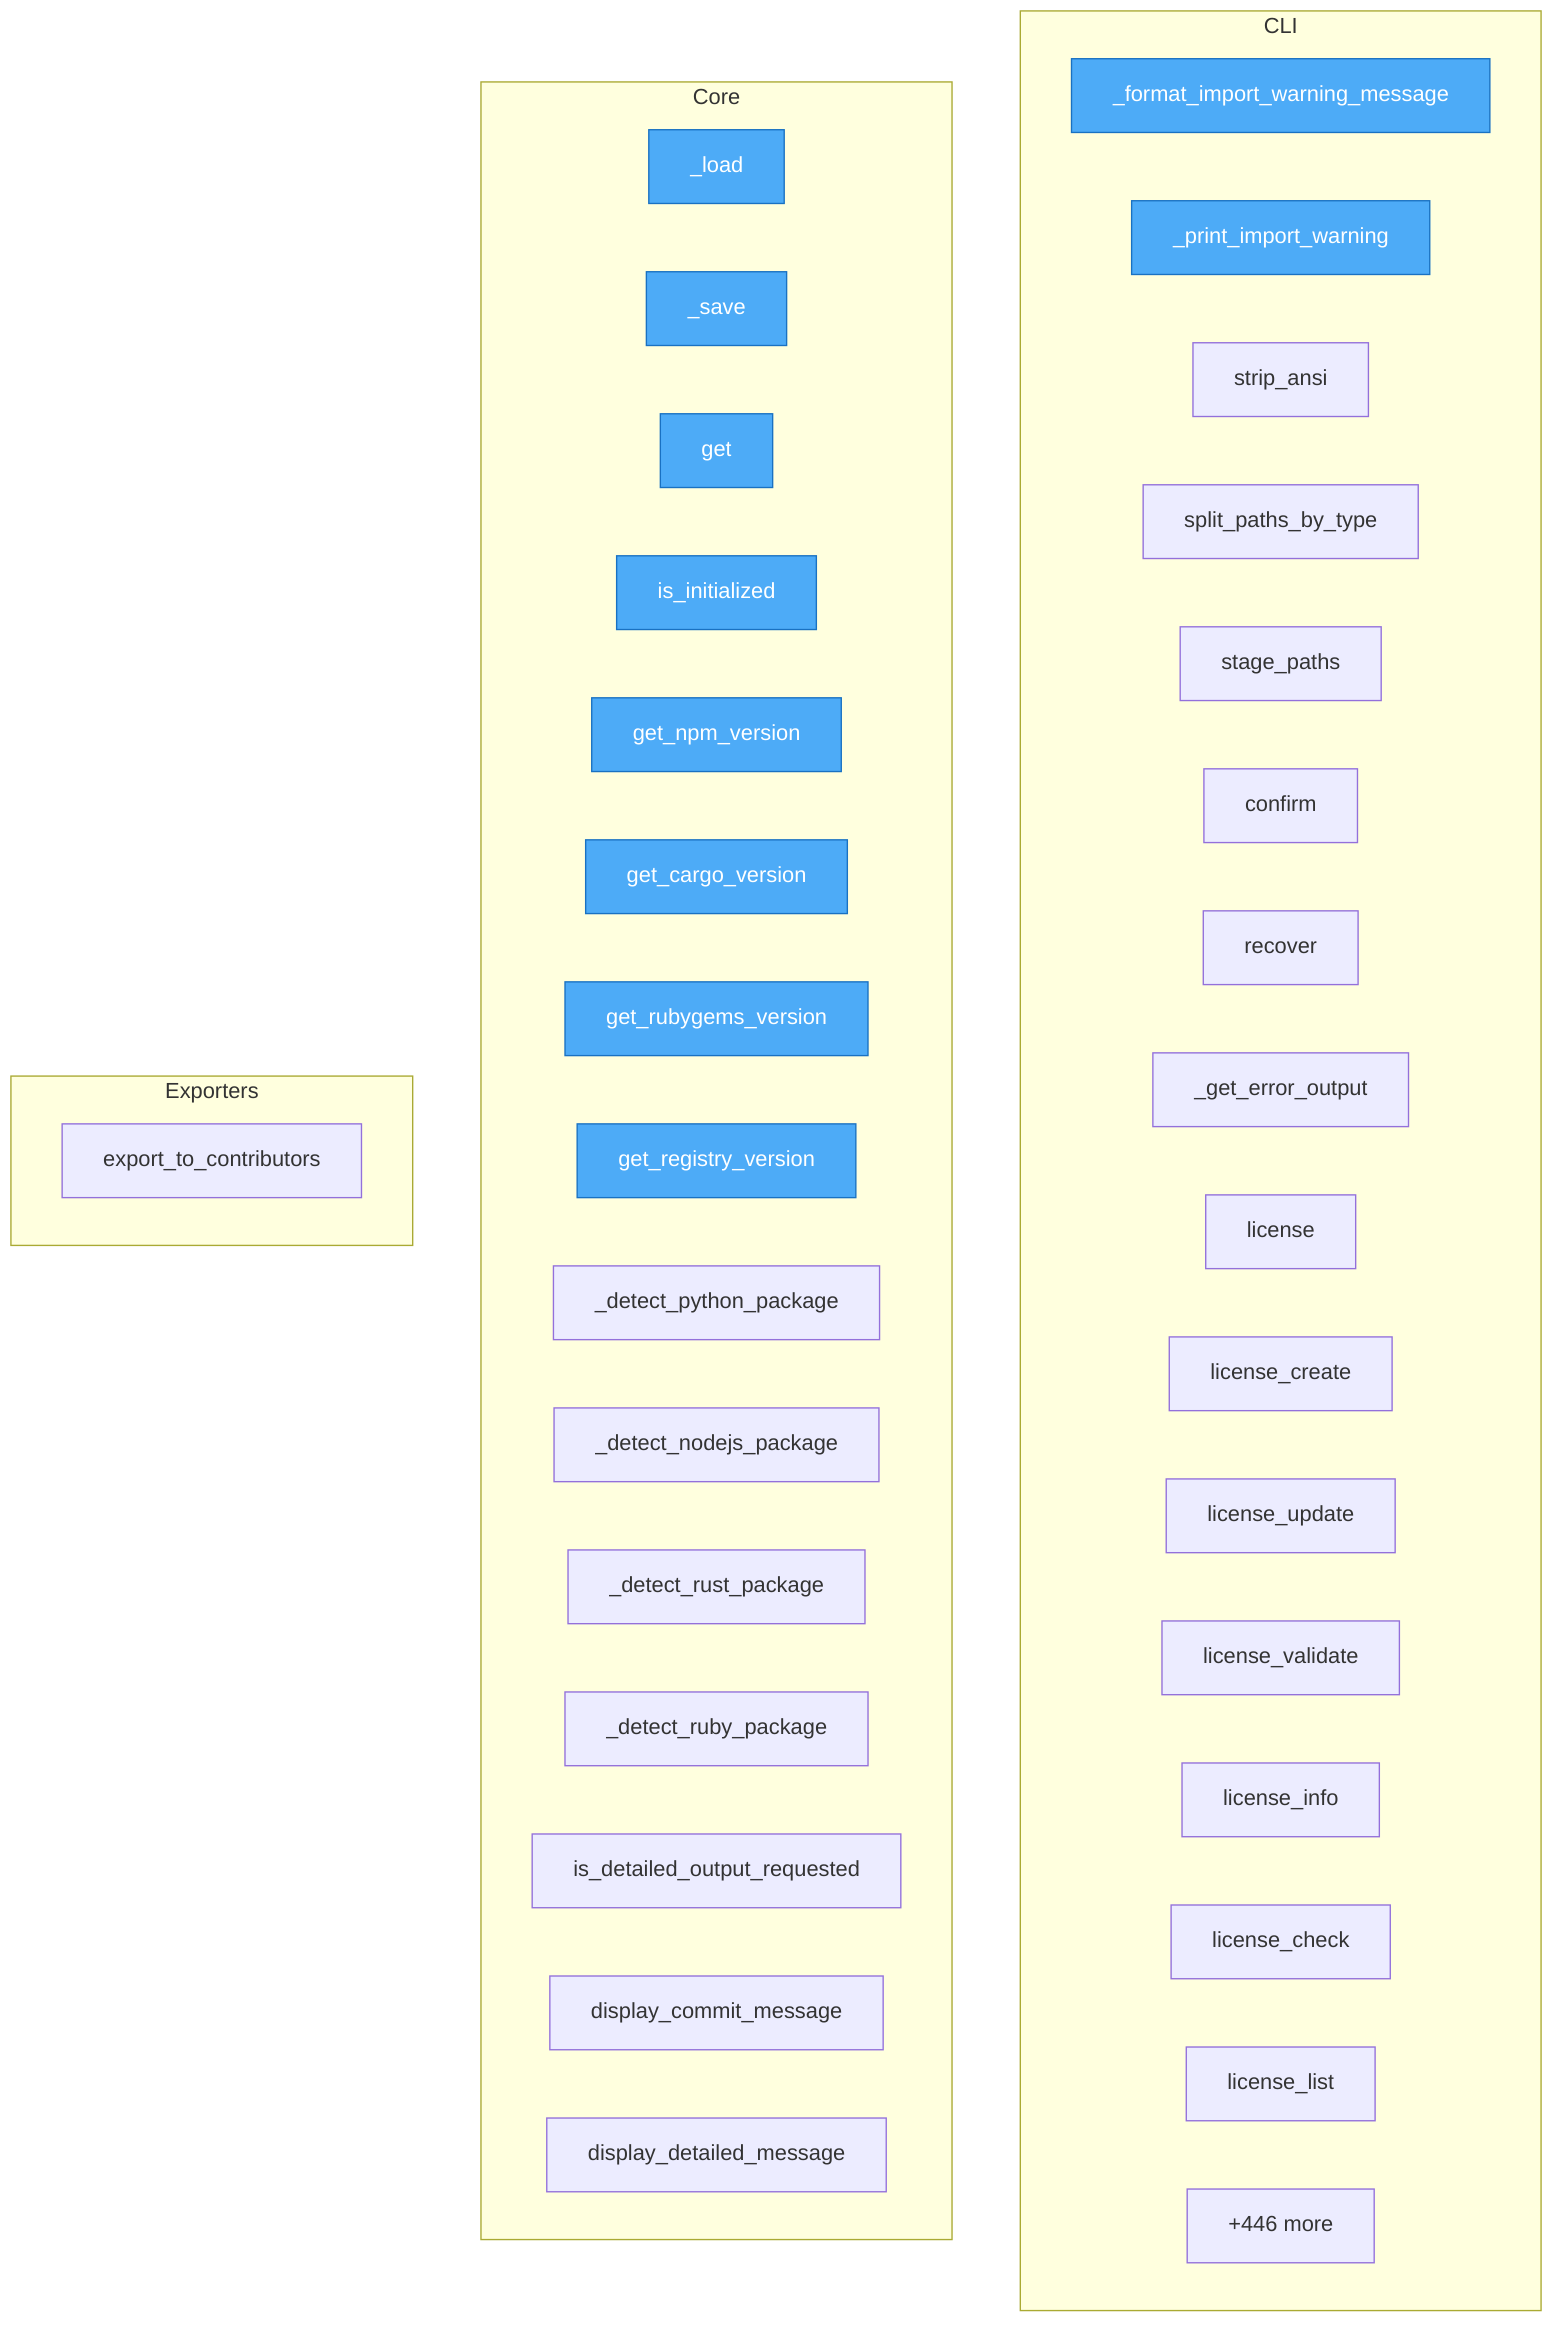
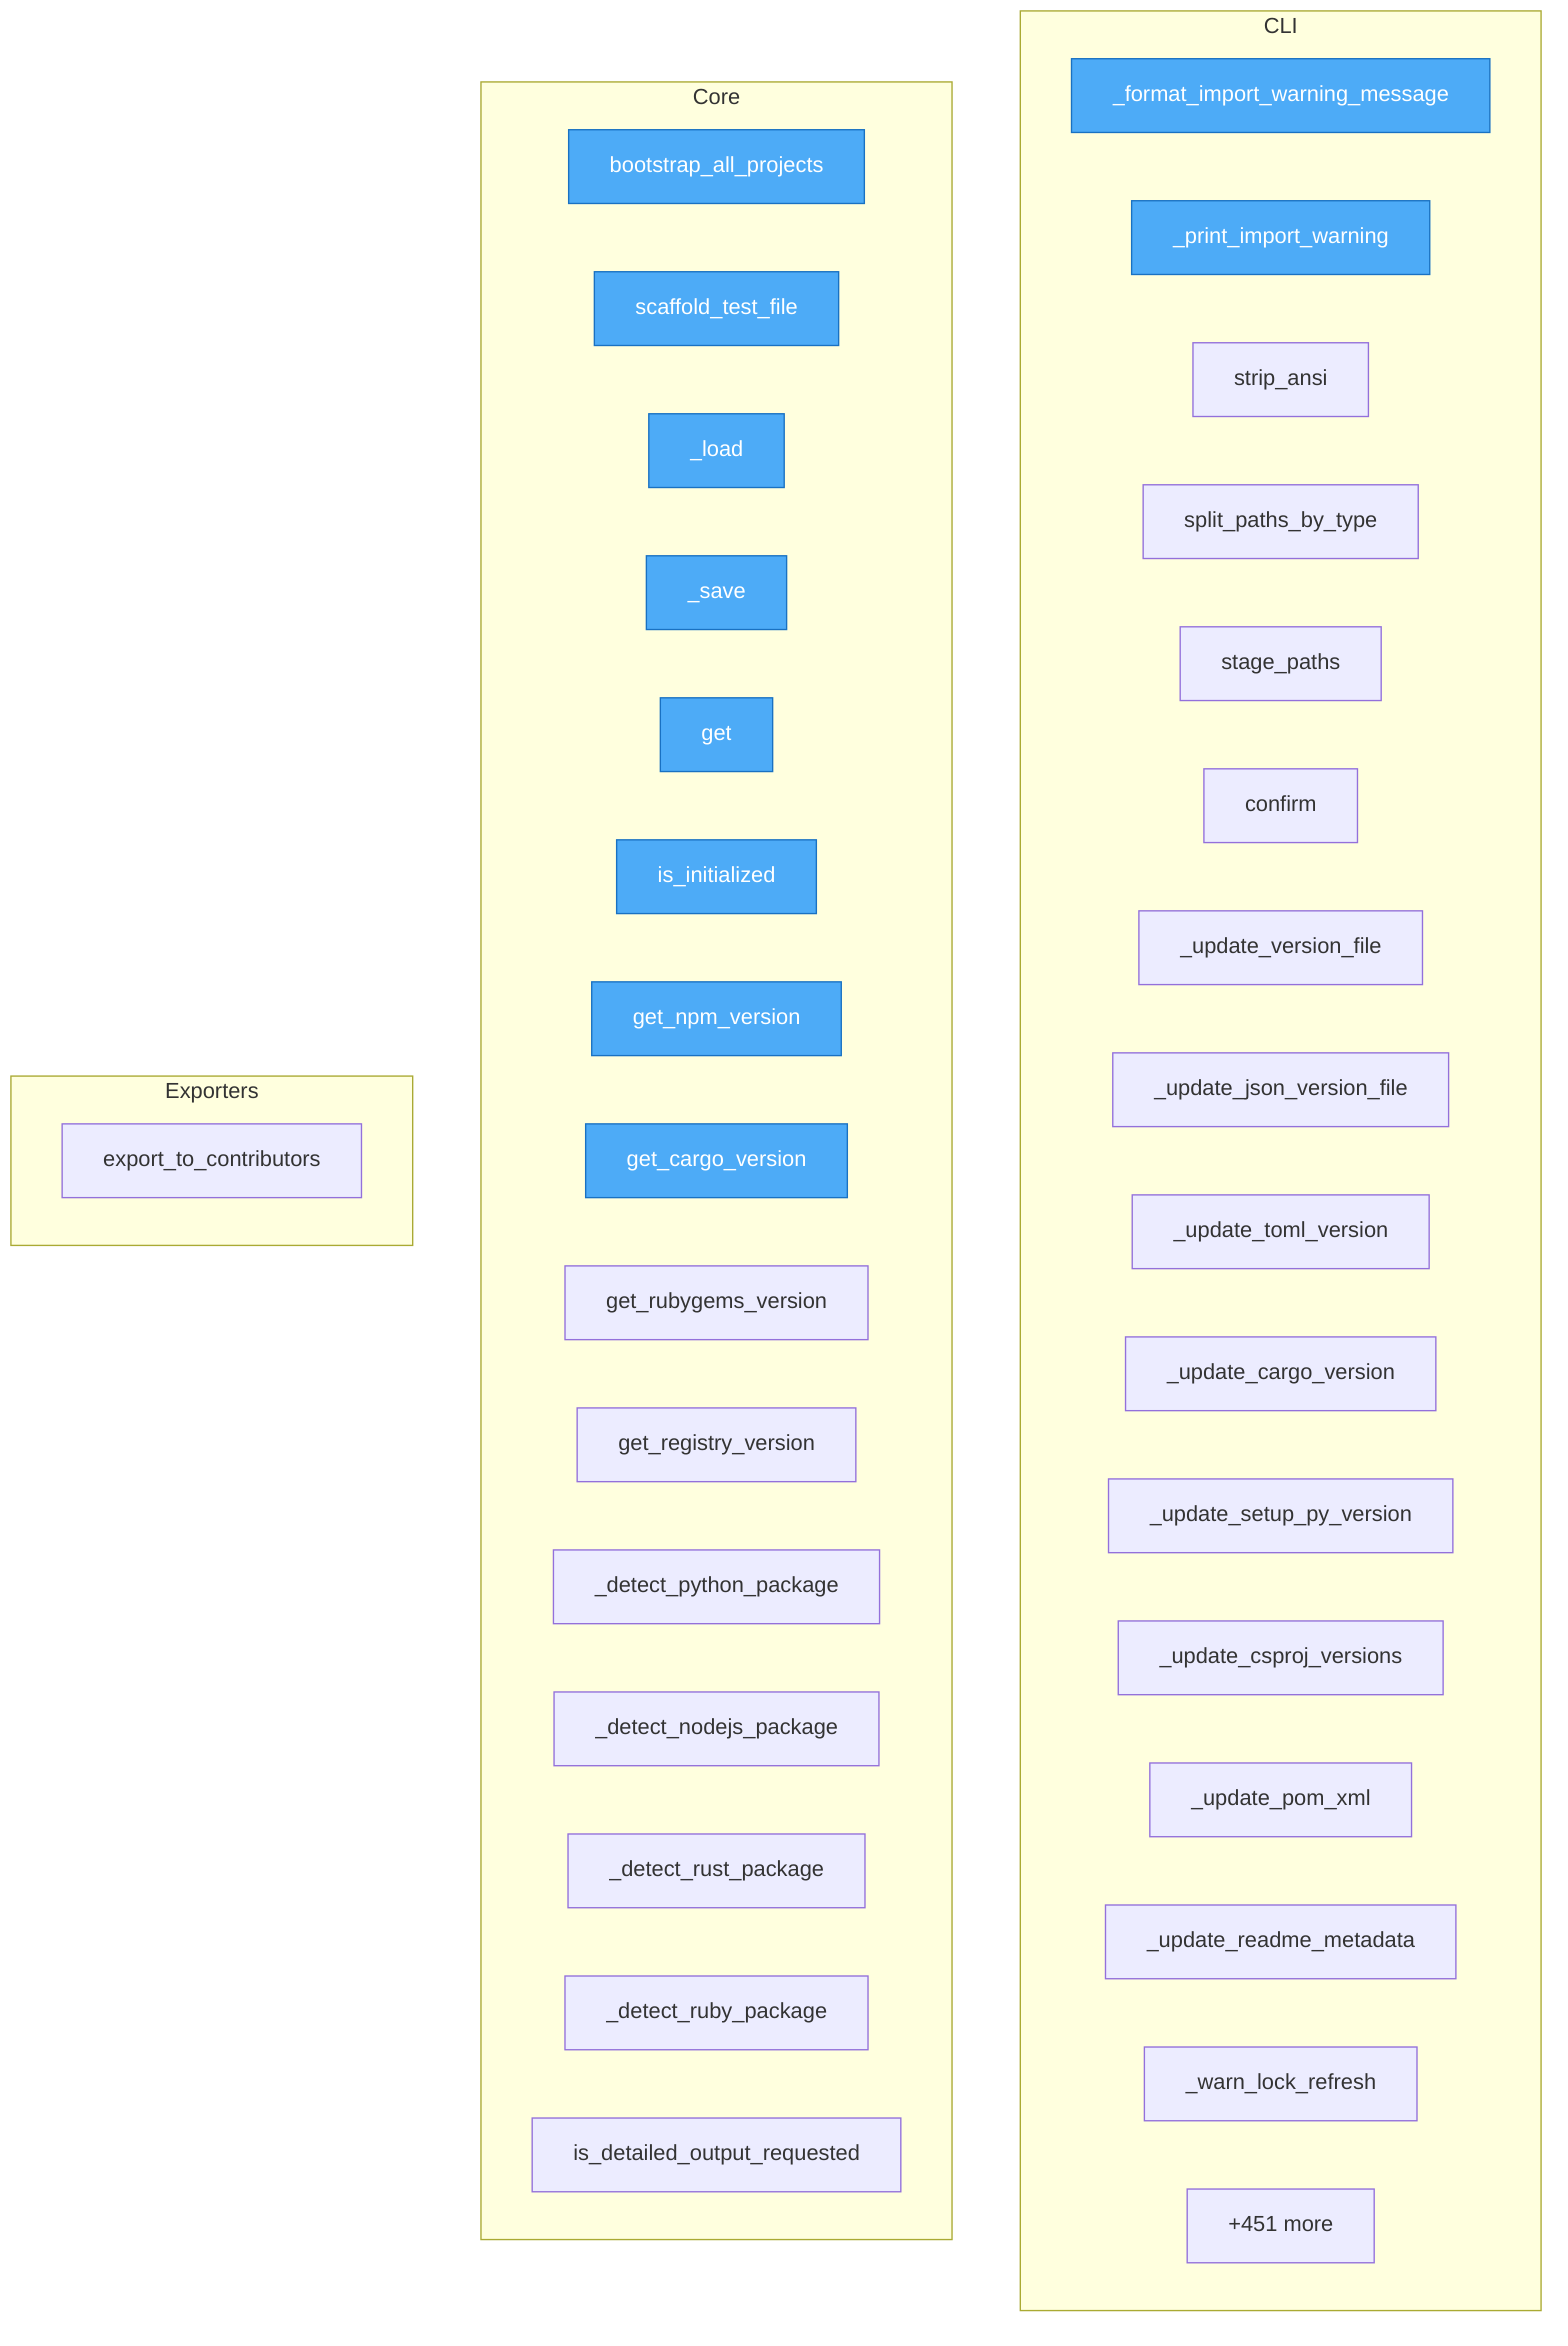
flowchart TD
%% generated in 0.02s

    %% Entry points (blue)
    classDef entry fill:#4dabf7,stroke:#1971c2,color:#fff

    subgraph CLI
        goal__cli___format_import_warning_message["_format_import_warning_message"]
        goal__cli___print_import_warning["_print_import_warning"]
        goal__cli_helpers__strip_ansi["strip_ansi"]
        goal__cli_helpers__split_paths_by_type["split_paths_by_type"]
        goal__cli_helpers__stage_paths["stage_paths"]
        goal__cli_helpers__confirm["confirm"]
-         goal__cli__recover_cmd__recover["recover"]
-         goal__cli__recover_cmd___get_error_output["_get_error_output"]
-         goal__cli__license_cmd__license["license"]
-         goal__cli__license_cmd__license_create["license_create"]
-         goal__cli__license_cmd__license_update["license_update"]
-         goal__cli__license_cmd__license_validate["license_validate"]
-         goal__cli__license_cmd__license_info["license_info"]
-         goal__cli__license_cmd__license_check["license_check"]
-         goal__cli__license_cmd__license_list["license_list"]
-         ...["+160 more"]
+         goal__cli__version_sync___update_version_file["_update_version_file"]
+         goal__cli__version_sync___update_json_version_file["_update_json_version_file"]
+         goal__cli__version_sync___update_toml_version["_update_toml_version"]
+         goal__cli__version_sync___update_cargo_version["_update_cargo_version"]
+         goal__cli__version_sync___update_setup_py_version["_update_setup_py_version"]
+         goal__cli__version_sync___update_csproj_versions["_update_csproj_versions"]
+         goal__cli__version_sync___update_pom_xml["_update_pom_xml"]
+         goal__cli__version_sync___update_readme_metadata["_update_readme_metadata"]
+         goal__cli__version_sync___warn_lock_refresh["_warn_lock_refresh"]
+         ...["+164 more"]
    end

    subgraph Core
+         goal__project_bootstrap__bootstrap_all_projects["bootstrap_all_projects"]
+         goal__project_bootstrap__scaffold_test_file["scaffold_test_file"]
        goal__user_config__UserConfig___load["_load"]
        goal__user_config__UserConfig___save["_save"]
        goal__user_config__UserConfig__get["get"]
        goal__user_config__UserConfig__is_initialized["is_initialized"]
        goal__version_validation__get_npm_version["get_npm_version"]
        goal__version_validation__get_cargo_version["get_cargo_version"]
        goal__version_validation__get_rubygems_version["get_rubygems_version"]
        goal__version_validation__get_registry_version["get_registry_version"]
        goal__version_validation___detect_python_package["_detect_python_package"]
        goal__version_validation___detect_nodejs_package["_detect_nodejs_package"]
        goal__version_validation___detect_rust_package["_detect_rust_package"]
        goal__version_validation___detect_ruby_package["_detect_ruby_package"]
        goal__commit_generator__is_detailed_output_requested["is_detailed_output_requested"]
-         goal__commit_generator__display_commit_message["display_commit_message"]
-         goal__commit_generator__display_detailed_message["display_detailed_message"]
-         ...["+446 more"]
+         ...["+451 more"]
    end

    subgraph Exporters
        goal__authors__manager__AuthorsManager__export_to_contributors["export_to_contributors"]
    end

-     class goal__cli___format_import_warning_message,goal__cli___print_import_warning,goal__user_config__UserConfig___load,goal__user_config__UserConfig___save,goal__user_config__UserConfig__get,goal__user_config__UserConfig__is_initialized,goal__version_validation__get_npm_version,goal__version_validation__get_cargo_version,goal__version_validation__get_rubygems_version,goal__version_validation__get_registry_version entry
+     class goal__project_bootstrap__bootstrap_all_projects,goal__project_bootstrap__scaffold_test_file,goal__cli___format_import_warning_message,goal__cli___print_import_warning,goal__user_config__UserConfig___load,goal__user_config__UserConfig___save,goal__user_config__UserConfig__get,goal__user_config__UserConfig__is_initialized,goal__version_validation__get_npm_version,goal__version_validation__get_cargo_version entry
